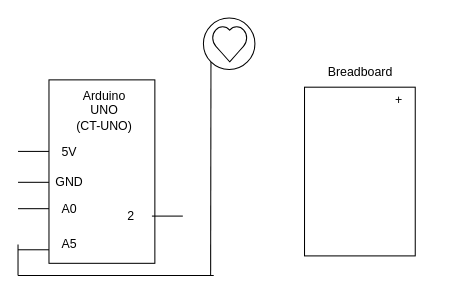
The draw.io diagram Untitled Diagram.drawio in KittyCat-badBaneCat/Python-Automation-Project, before the edit. Source tidied: cells renumbered, new cells numbered last; positions are measured from the earlier drawing's top-left corner, leaving out a move shared by most shapes. Both pictures are drawn from the tidied source at 103%, with x=0, y=0 at pixel (9, 18).
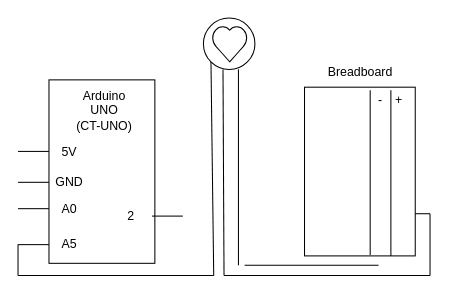
The same page after the edit.

Unchanged cells that the change refers to:
```xml
<mxCell id="3" style="ellipse;whiteSpace=wrap;html=1;" parent="1" vertex="1">
  <mxGeometry x="188" width="50" height="50" as="geometry" />
</mxCell>
<mxCell id="5" style="rounded=0;whiteSpace=wrap;html=1;rotation=90;" parent="1" vertex="1">
  <mxGeometry x="258" y="95.3" width="163.8" height="107.5" as="geometry" />
</mxCell>
<mxCell id="6" value="A5" style="text;html=1;strokeColor=none;fillColor=none;align=center;verticalAlign=middle;whiteSpace=wrap;rounded=0;" parent="1" vertex="1">
  <mxGeometry x="38" y="210" width="40" height="20" as="geometry" />
</mxCell>
```

What changed in the source:
```diff
@@
-    <mxCell id="12" style="endArrow=none;html=1;exitX=0;exitY=0.75;exitDx=0;exitDy=0;" parent="1" edge="1" source="6">
+    <mxCell id="12" style="endArrow=none;html=1;exitX=0;exitY=0.5;exitDx=0;exitDy=0;" parent="1" edge="1" source="6">
       <mxGeometry relative="1" as="geometry">
-        <mxPoint x="8" y="225" as="targetPoint" />
+        <mxPoint x="8" y="220" as="targetPoint" />
       </mxGeometry>
     </mxCell>
@@
     <mxCell id="17" style="endArrow=none;html=1;entryX=0;entryY=1;entryDx=0;entryDy=0;" parent="1" edge="1" target="3">
       <mxGeometry relative="1" as="geometry">
-        <mxPoint x="195" y="250" as="sourcePoint" />
+        <mxPoint x="198" y="250" as="sourcePoint" />
       </mxGeometry>
     </mxCell>
@@
+    <mxCell id="22" value="-" style="text;html=1;strokeColor=none;fillColor=none;align=center;verticalAlign=middle;whiteSpace=wrap;rounded=0;" parent="1" vertex="1">
+      <mxGeometry x="339.9" y="70" width="40" height="20" as="geometry" />
+    </mxCell>
+    <mxCell id="23" style="endArrow=none;html=1;" parent="1" edge="1">
+      <mxGeometry relative="1" as="geometry">
+        <mxPoint x="370" y="231" as="sourcePoint" />
+        <mxPoint x="370" y="70" as="targetPoint" />
+      </mxGeometry>
+    </mxCell>
+    <mxCell id="24" style="endArrow=none;html=1;entryX=0.25;entryY=0;entryDx=0;entryDy=0;exitX=0.994;exitY=0.407;exitDx=0;exitDy=0;exitPerimeter=0;" parent="1" edge="1" source="5" target="22">
+      <mxGeometry relative="1" as="geometry" />
+    </mxCell>
+    <mxCell id="25" style="endArrow=none;html=1;" parent="1" edge="1">
+      <mxGeometry relative="1" as="geometry">
+        <mxPoint x="208" y="250" as="sourcePoint" />
+        <mxPoint x="207" y="50" as="targetPoint" />
+      </mxGeometry>
+    </mxCell>
+    <mxCell id="26" style="endArrow=none;html=1;entryX=0.68;entryY=0.996;entryDx=0;entryDy=0;entryPerimeter=0;" parent="1" edge="1" target="3">
+      <mxGeometry relative="1" as="geometry">
+        <mxPoint x="222" y="240" as="sourcePoint" />
+      </mxGeometry>
+    </mxCell>
+    <mxCell id="27" style="endArrow=none;html=1;" parent="1" edge="1">
+      <mxGeometry relative="1" as="geometry">
+        <mxPoint x="208" y="250" as="sourcePoint" />
+        <mxPoint x="408" y="250" as="targetPoint" />
+      </mxGeometry>
+    </mxCell>
+    <mxCell id="28" style="endArrow=none;html=1;exitX=0.75;exitY=0;exitDx=0;exitDy=0;" parent="1" edge="1" source="5">
+      <mxGeometry relative="1" as="geometry">
+        <mxPoint x="408" y="190" as="targetPoint" />
+      </mxGeometry>
+    </mxCell>
+    <mxCell id="29" style="endArrow=none;html=1;" parent="1" edge="1">
+      <mxGeometry relative="1" as="geometry">
+        <mxPoint x="408" y="250" as="sourcePoint" />
+        <mxPoint x="408" y="190" as="targetPoint" />
+      </mxGeometry>
+    </mxCell>
+    <mxCell id="30" style="endArrow=none;html=1;" parent="1" edge="1">
+      <mxGeometry relative="1" as="geometry">
+        <mxPoint x="228" y="240" as="sourcePoint" />
+        <mxPoint x="358" y="240" as="targetPoint" />
+      </mxGeometry>
+    </mxCell>
```
